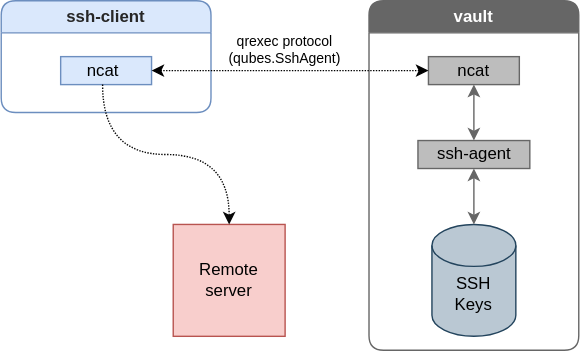
This is split-ssh3.svg from ephemer4l/qubes-splitssh-diagram, a draw.io export, as it was before one commit. Source tidied: cells renumbered, new cells last; positions are measured from the earlier drawing's top-left corner, leaving out a move shared by most shapes.
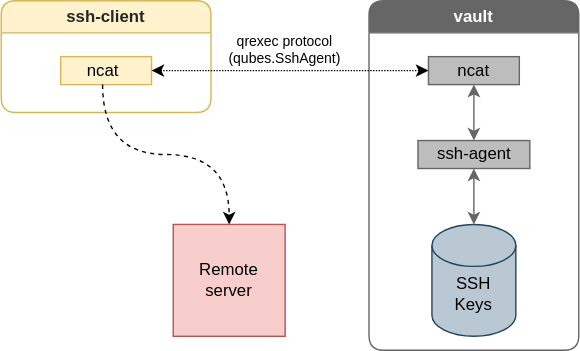
Above is the later version.

What changed in the source:
```diff
@@ -29,13 +29,13 @@
     <mxCell id="10" value="ncat" style="text;html=1;strokeColor=none;fillColor=none;align=center;verticalAlign=middle;whiteSpace=wrap;rounded=0;glass=0;comic=0;" parent="2" vertex="1">
       <mxGeometry x="55" y="40" width="40" height="20" as="geometry" />
     </mxCell>
-    <mxCell id="11" value="&lt;font color=&quot;#262626&quot;&gt;ssh-client&lt;/font&gt;" style="swimlane;whiteSpace=wrap;html=1;rounded=1;shadow=0;glass=0;comic=0;strokeColor=#6c8ebf;fillColor=#dae8fc;startSize=23;swimlaneFillColor=#ffffff;" parent="1" vertex="1">
+    <mxCell id="11" value="&lt;font color=&quot;#262626&quot;&gt;ssh-client&lt;/font&gt;" style="swimlane;whiteSpace=wrap;html=1;rounded=1;shadow=0;glass=0;comic=0;strokeColor=#d6b656;fillColor=#fff2cc;startSize=23;swimlaneFillColor=#ffffff;" parent="1" vertex="1">
       <mxGeometry width="150" height="80" as="geometry" />
     </mxCell>
-    <mxCell id="12" style="rounded=0;whiteSpace=wrap;html=1;glass=0;comic=0;strokeWidth=1;fillColor=#dae8fc;strokeColor=#6c8ebf;" parent="11" vertex="1">
+    <mxCell id="12" style="rounded=0;whiteSpace=wrap;html=1;glass=0;comic=0;strokeWidth=1;fillColor=#fff2cc;strokeColor=#d6b656;" parent="11" vertex="1">
       <mxGeometry x="42.5" y="40" width="65" height="20" as="geometry" />
     </mxCell>
-    <mxCell id="13" value="ncat" style="text;html=1;strokeColor=none;fillColor=none;align=center;verticalAlign=middle;whiteSpace=wrap;rounded=0;glass=0;comic=0;" parent="11" vertex="1">
+    <mxCell id="13" value="ncat" style="text;html=1;align=center;verticalAlign=middle;whiteSpace=wrap;rounded=0;glass=0;comic=0;" parent="11" vertex="1">
       <mxGeometry x="42.5" y="40" width="60" height="20" as="geometry" />
     </mxCell>
     <mxCell id="14" value="&lt;div style=&quot;font-size: 10px&quot;&gt;&lt;font style=&quot;font-size: 10px&quot;&gt;qrexec protocol&lt;/font&gt;&lt;/div&gt;&lt;div style=&quot;font-size: 10px&quot;&gt;&lt;font style=&quot;font-size: 10px&quot;&gt;(qubes.SshAgent)&lt;br&gt;&lt;/font&gt;&lt;/div&gt;" style="text;html=1;strokeColor=none;fillColor=none;align=center;verticalAlign=middle;whiteSpace=wrap;rounded=0;glass=0;comic=0;" parent="1" vertex="1">
@@ -50,7 +50,7 @@
     <mxCell id="17" value="Remote server" style="text;html=1;strokeColor=none;fillColor=none;align=center;verticalAlign=middle;whiteSpace=wrap;rounded=0;glass=0;comic=0;" parent="1" vertex="1">
       <mxGeometry x="143" y="190" width="40" height="20" as="geometry" />
     </mxCell>
-    <mxCell id="18" style="edgeStyle=orthogonalEdgeStyle;rounded=0;jettySize=auto;html=1;exitX=0.5;exitY=1;exitDx=0;exitDy=0;entryX=0.5;entryY=0;entryDx=0;entryDy=0;strokeColor=#080808;curved=1;dashed=1;dashPattern=1 1;" parent="1" edge="1" source="13" target="15">
+    <mxCell id="18" style="edgeStyle=orthogonalEdgeStyle;rounded=0;jettySize=auto;html=1;exitX=0.5;exitY=1;exitDx=0;exitDy=0;entryX=0.5;entryY=0;entryDx=0;entryDy=0;strokeColor=#080808;curved=1;dashed=1;" parent="1" edge="1" source="13" target="15">
       <mxGeometry relative="1" as="geometry" />
     </mxCell>
   </root>
```
